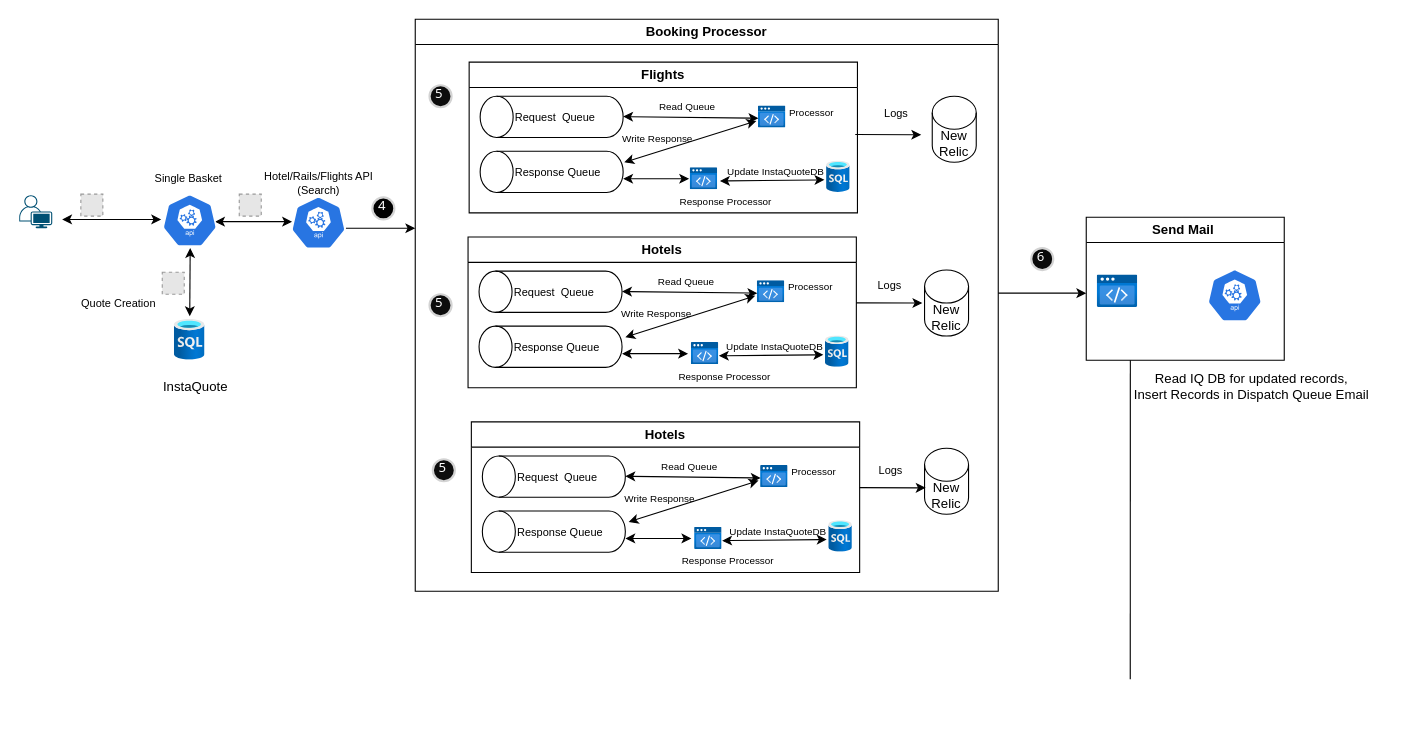
Earlier version of the draw.io diagram BookingProcess_Hotels.drawio (rahulpandey1589/solution-diagrams). Source tidied: cells renumbered, new cells numbered last; positions are measured from the earlier drawing's top-left corner, leaving out a move shared by most shapes. Both pictures are drawn from the tidied source at 110%, with x=0, y=0 at pixel (19, 19). Pictures stored in the file or linked from it are replaced by grey dashed boxes.
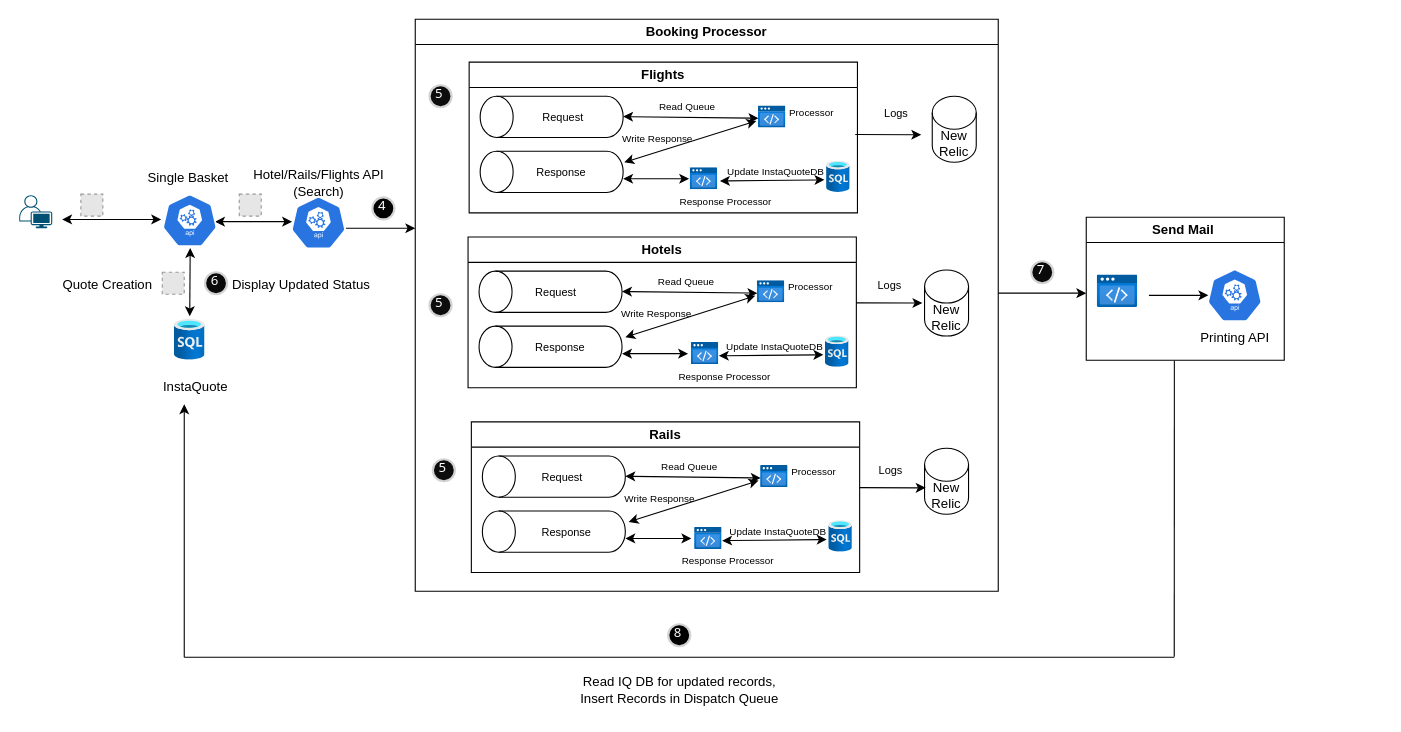
After the change.

The change refers to these unchanged cells:
```xml
<mxCell id="8" value="Flights" style="swimlane;whiteSpace=wrap;html=1;fontSize=12;" parent="7" vertex="1">
  <mxGeometry x="49" y="39" width="353" height="137" as="geometry" />
</mxCell>
<mxCell id="42" value="Hotels" style="swimlane;whiteSpace=wrap;html=1;fontSize=12;" parent="1" vertex="1">
  <mxGeometry x="408" y="198" width="353" height="137" as="geometry" />
</mxCell>
<mxCell id="76" value="Send Mail&amp;nbsp;" style="swimlane;whiteSpace=wrap;html=1;" parent="1" vertex="1">
  <mxGeometry x="970" y="180" width="180" height="130" as="geometry" />
</mxCell>
```

What changed in the source:
```diff
@@
-    <mxCell id="6" value="Quote Creation" style="text;html=1;align=center;verticalAlign=middle;strokeColor=none;fillColor=none;fontSize=10;" parent="1" vertex="1">
-      <mxGeometry x="45" y="243" width="90" height="30" as="geometry" />
+    <mxCell id="6" value="Quote Creation" style="text;html=1;align=center;verticalAlign=middle;strokeColor=none;fillColor=none;fontSize=12;" parent="1" vertex="1">
+      <mxGeometry x="30.1" y="227" width="100" height="30" as="geometry" />
     </mxCell>
@@
-    <mxCell id="9" value="&lt;font style=&quot;font-size: 10px;&quot;&gt;Request&amp;nbsp; Queue&lt;span style=&quot;white-space: pre;&quot;&gt;&#9;&lt;/span&gt;&lt;/font&gt;" style="shape=cylinder3;whiteSpace=wrap;html=1;boundedLbl=1;backgroundOutline=1;size=15;direction=north;align=left;" parent="8" vertex="1">
+    <mxCell id="9" value="&lt;font style=&quot;font-size: 10px;&quot;&gt;&amp;nbsp; &amp;nbsp; &amp;nbsp; &amp;nbsp; &amp;nbsp;Request&amp;nbsp;&lt;/font&gt;" style="shape=cylinder3;whiteSpace=wrap;html=1;boundedLbl=1;backgroundOutline=1;size=15;direction=north;align=left;" parent="8" vertex="1">
       <mxGeometry x="10" y="31" width="130" height="37.5" as="geometry" />
     </mxCell>
-    <mxCell id="10" value="&lt;span style=&quot;font-size: 10px;&quot;&gt;Response Queue&lt;/span&gt;" style="shape=cylinder3;whiteSpace=wrap;html=1;boundedLbl=1;backgroundOutline=1;size=15;direction=north;align=left;" parent="8" vertex="1">
+    <mxCell id="10" value="&lt;span style=&quot;font-size: 10px;&quot;&gt;&amp;nbsp; &amp;nbsp; &amp;nbsp; &amp;nbsp;Response&amp;nbsp;&lt;/span&gt;" style="shape=cylinder3;whiteSpace=wrap;html=1;boundedLbl=1;backgroundOutline=1;size=15;direction=north;align=left;" parent="8" vertex="1">
       <mxGeometry x="10" y="81" width="130" height="37.5" as="geometry" />
     </mxCell>
@@
-    <mxCell id="29" value="Single Basket&amp;nbsp;" style="text;html=1;align=center;verticalAlign=middle;strokeColor=none;fillColor=none;fontSize=10;" parent="1" vertex="1">
-      <mxGeometry x="110" y="129" width="90" height="30" as="geometry" />
+    <mxCell id="29" value="Single Basket&amp;nbsp;" style="text;html=1;align=center;verticalAlign=middle;strokeColor=none;fillColor=none;fontSize=12;" parent="1" vertex="1">
+      <mxGeometry x="105" y="129" width="100" height="30" as="geometry" />
     </mxCell>
@@
-    <mxCell id="31" value="Hotel/Rails/Flights API &lt;br&gt;(Search)" style="text;html=1;align=center;verticalAlign=middle;strokeColor=none;fillColor=none;fontSize=10;" parent="1" vertex="1">
-      <mxGeometry x="212" y="129" width="120" height="40" as="geometry" />
+    <mxCell id="31" value="Hotel/Rails/Flights API &lt;br style=&quot;font-size: 12px;&quot;&gt;(Search)" style="text;html=1;align=center;verticalAlign=middle;strokeColor=none;fillColor=none;fontSize=12;" parent="1" vertex="1">
+      <mxGeometry x="202" y="129" width="140" height="40" as="geometry" />
     </mxCell>
@@
-    <mxCell id="43" value="&lt;font style=&quot;font-size: 10px;&quot;&gt;Request&amp;nbsp; Queue&lt;span style=&quot;white-space: pre;&quot;&gt;&#9;&lt;/span&gt;&lt;/font&gt;" style="shape=cylinder3;whiteSpace=wrap;html=1;boundedLbl=1;backgroundOutline=1;size=15;direction=north;align=left;" parent="42" vertex="1">
+    <mxCell id="43" value="&lt;font style=&quot;font-size: 10px;&quot;&gt;&amp;nbsp; &amp;nbsp; &amp;nbsp; &amp;nbsp;Request&amp;nbsp;&amp;nbsp;&lt;/font&gt;" style="shape=cylinder3;whiteSpace=wrap;html=1;boundedLbl=1;backgroundOutline=1;size=15;direction=north;align=left;" parent="42" vertex="1">
       <mxGeometry x="10" y="31" width="130" height="37.5" as="geometry" />
     </mxCell>
-    <mxCell id="44" value="&lt;span style=&quot;font-size: 10px;&quot;&gt;Response Queue&lt;/span&gt;" style="shape=cylinder3;whiteSpace=wrap;html=1;boundedLbl=1;backgroundOutline=1;size=15;direction=north;align=left;" parent="42" vertex="1">
+    <mxCell id="44" value="&lt;span style=&quot;font-size: 10px;&quot;&gt;&amp;nbsp; &amp;nbsp; &amp;nbsp; &amp;nbsp;Response&amp;nbsp;&lt;/span&gt;" style="shape=cylinder3;whiteSpace=wrap;html=1;boundedLbl=1;backgroundOutline=1;size=15;direction=north;align=left;" parent="42" vertex="1">
       <mxGeometry x="10" y="81" width="130" height="37.5" as="geometry" />
     </mxCell>
@@
-    <mxCell id="59" value="Hotels" style="swimlane;whiteSpace=wrap;html=1;fontSize=12;" parent="1" vertex="1">
+    <mxCell id="59" value="Rails" style="swimlane;whiteSpace=wrap;html=1;fontSize=12;" parent="1" vertex="1">
       <mxGeometry x="411" y="366" width="353" height="137" as="geometry" />
     </mxCell>
-    <mxCell id="60" value="&lt;font style=&quot;font-size: 10px;&quot;&gt;Request&amp;nbsp; Queue&lt;span style=&quot;white-space: pre;&quot;&gt;&#9;&lt;/span&gt;&lt;/font&gt;" style="shape=cylinder3;whiteSpace=wrap;html=1;boundedLbl=1;backgroundOutline=1;size=15;direction=north;align=left;" parent="59" vertex="1">
+    <mxCell id="60" value="&lt;font style=&quot;font-size: 10px;&quot;&gt;&amp;nbsp; &amp;nbsp; &amp;nbsp; &amp;nbsp; Request&amp;nbsp;&amp;nbsp;&lt;/font&gt;" style="shape=cylinder3;whiteSpace=wrap;html=1;boundedLbl=1;backgroundOutline=1;size=15;direction=north;align=left;" parent="59" vertex="1">
       <mxGeometry x="10" y="31" width="130" height="37.5" as="geometry" />
     </mxCell>
-    <mxCell id="61" value="&lt;span style=&quot;font-size: 10px;&quot;&gt;Response Queue&lt;/span&gt;" style="shape=cylinder3;whiteSpace=wrap;html=1;boundedLbl=1;backgroundOutline=1;size=15;direction=north;align=left;" parent="59" vertex="1">
+    <mxCell id="61" value="&lt;span style=&quot;font-size: 10px;&quot;&gt;&amp;nbsp; &amp;nbsp; &amp;nbsp; &amp;nbsp; Response&amp;nbsp;&lt;/span&gt;" style="shape=cylinder3;whiteSpace=wrap;html=1;boundedLbl=1;backgroundOutline=1;size=15;direction=north;align=left;" parent="59" vertex="1">
       <mxGeometry x="10" y="81" width="130" height="37.5" as="geometry" />
     </mxCell>
@@
+    <mxCell id="83" value="Printing API" style="text;html=1;align=center;verticalAlign=middle;strokeColor=none;fillColor=none;" parent="76" vertex="1">
+      <mxGeometry x="90" y="95" width="90" height="30" as="geometry" />
+    </mxCell>
@@
-    <mxCell id="80" value="6" style="ellipse;whiteSpace=wrap;html=1;strokeWidth=2;fontFamily=Tahoma;spacingBottom=4;spacingRight=2;strokeColor=#d3d3d3;fontColor=#ffffff;fillColor=#0a0a0a;" parent="1" vertex="1">
-      <mxGeometry x="920" y="208" width="20" height="20" as="geometry" />
-    </mxCell>
-    <mxCell id="81" value="Read IQ DB for updated records, &lt;br&gt;Insert Records in Dispatch Queue Email" style="text;html=1;align=center;verticalAlign=middle;points=[];strokeColor=none;fillColor=none;flipH=1;flipV=1;" parent="1" vertex="1">
-      <mxGeometry x="1000" y="314" width="240" height="40" as="geometry" />
+    <mxCell id="81" value="Read IQ DB for updated records, &lt;br&gt;Insert Records in Dispatch Queue" style="text;html=1;align=center;verticalAlign=middle;points=[];strokeColor=none;fillColor=none;flipH=1;flipV=1;" parent="1" vertex="1">
+      <mxGeometry x="500" y="590" width="200" height="40" as="geometry" />
     </mxCell>
-    <mxCell id="82" style="endArrow=none;html=1;rounded=0;startArrow=none;startFill=0;endFill=0;exitX=0.958;exitY=1.1;exitDx=0;exitDy=0;exitPerimeter=0;" parent="1" edge="1" source="81">
+    <mxCell id="82" style="endArrow=none;html=1;rounded=0;startArrow=none;startFill=0;endFill=0;exitX=0.958;exitY=1.1;exitDx=0;exitDy=0;exitPerimeter=0;" parent="1" edge="1">
       <mxGeometry relative="1" as="geometry">
-        <mxPoint x="1010" y="600" as="targetPoint" />
+        <mxPoint x="1050.1" y="310.5" as="sourcePoint" />
+        <mxPoint x="1050" y="579.5" as="targetPoint" />
       </mxGeometry>
     </mxCell>
+    <mxCell id="84" style="endArrow=classic;html=1;rounded=0;" parent="1" edge="1">
+      <mxGeometry relative="1" as="geometry">
+        <mxPoint x="1027" y="251" as="sourcePoint" />
+        <mxPoint x="1081" y="251" as="targetPoint" />
+      </mxGeometry>
+    </mxCell>
+    <mxCell id="85" value="7" style="ellipse;whiteSpace=wrap;html=1;strokeWidth=2;fontFamily=Tahoma;spacingBottom=4;spacingRight=2;strokeColor=#d3d3d3;fillColor=#0a0a0a;fontColor=#ffffff;" parent="1" vertex="1">
+      <mxGeometry x="920" y="220" width="20" height="20" as="geometry" />
+    </mxCell>
+    <mxCell id="86" style="endArrow=none;html=1;rounded=0;" parent="1" edge="1">
+      <mxGeometry relative="1" as="geometry">
+        <mxPoint x="150" y="580" as="sourcePoint" />
+        <mxPoint x="1050" y="580" as="targetPoint" />
+      </mxGeometry>
+    </mxCell>
+    <mxCell id="87" style="endArrow=classic;html=1;rounded=0;" parent="1" edge="1">
+      <mxGeometry relative="1" as="geometry">
+        <mxPoint x="150" y="580" as="sourcePoint" />
+        <mxPoint x="150" y="350" as="targetPoint" />
+      </mxGeometry>
+    </mxCell>
+    <mxCell id="80" value="6" style="ellipse;whiteSpace=wrap;html=1;strokeWidth=2;fontFamily=Tahoma;spacingBottom=4;spacingRight=2;strokeColor=#d3d3d3;fontColor=#ffffff;fillColor=#0a0a0a;" parent="1" vertex="1">
+      <mxGeometry x="168.9" y="230" width="20" height="20" as="geometry" />
+    </mxCell>
+    <mxCell id="88" value="Display Updated Status" style="text;html=1;align=center;verticalAlign=middle;strokeColor=none;fillColor=none;fontSize=12;" parent="1" vertex="1">
+      <mxGeometry x="181" y="227" width="150" height="30" as="geometry" />
+    </mxCell>
+    <mxCell id="89" value="8" style="ellipse;whiteSpace=wrap;html=1;strokeWidth=2;fontFamily=Tahoma;spacingBottom=4;spacingRight=2;strokeColor=#d3d3d3;fillColor=#000000;fontColor=#ffffff;" parent="1" vertex="1">
+      <mxGeometry x="590" y="550" width="20" height="20" as="geometry" />
+    </mxCell>
```
